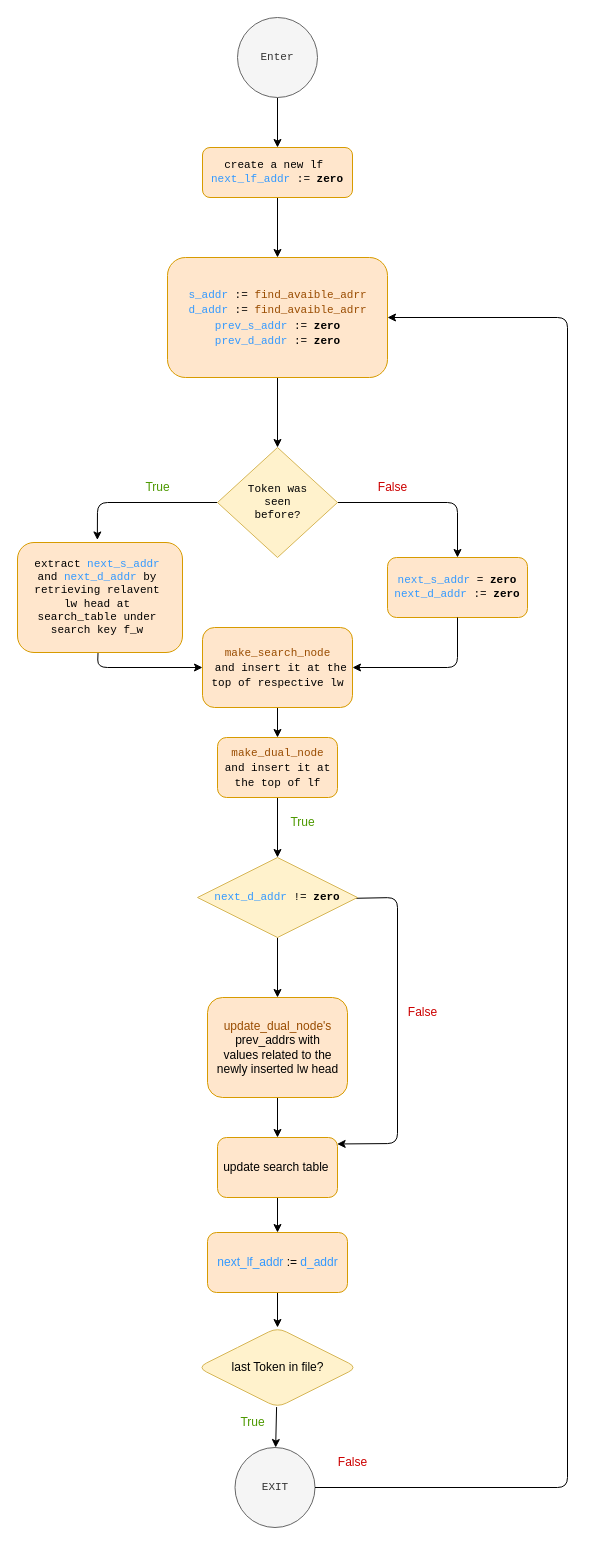
The draw.io diagram page "make_lists_FLOWCHART" (2 of 3) of diagrams/behavioral/client-enc.drawio in thisisel/dynamic-sse, before the edit. Source tidied: cells renumbered, new cells numbered last; positions are measured from the earlier drawing's top-left corner, leaving out a move shared by most shapes. Both pictures are drawn from the tidied source at 100%, with x=0, y=0 at pixel (17, 17).
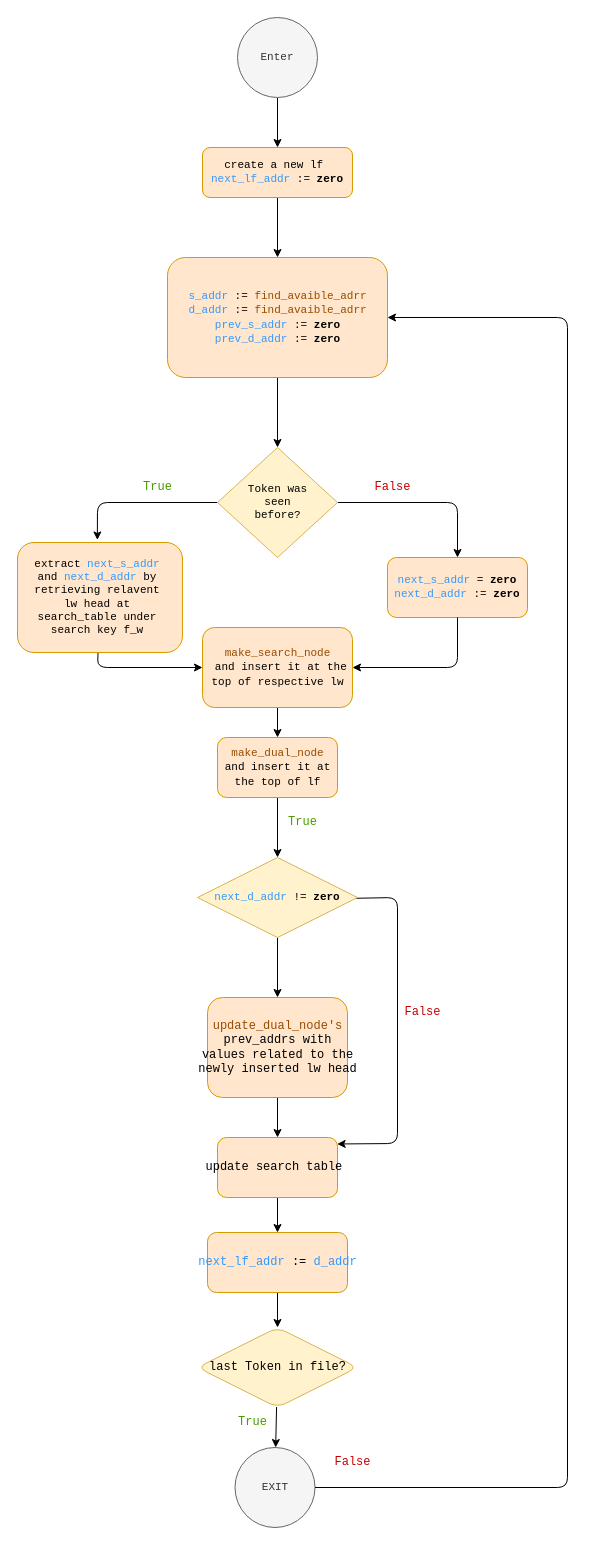
Above is the later version.

Commit message:
:lipstick: changed make_lf_lw flowchart font

Unchanged cells that the change refers to:
```xml
<mxCell id="3" value="Enter" style="ellipse;whiteSpace=wrap;fillColor=#f5f5f5;strokeColor=#666666;fontFamily=Courier New;fontSize=11;fontColor=#333333;" parent="1" vertex="1">
  <mxGeometry x="220" width="80" height="80" as="geometry" />
</mxCell>
<mxCell id="16" style="rhombus;whiteSpace=wrap;fillColor=#fff2cc;strokeColor=#d6b656;fontFamily=Courier New;fontSize=11;" parent="1" vertex="1">
  <mxGeometry x="180" y="840" width="160" height="80" as="geometry" />
</mxCell>
<mxCell id="18" style="rounded=1;whiteSpace=wrap;fillColor=#ffe6cc;strokeColor=#d79b00;fontFamily=Courier New;fontSize=11;" parent="1" vertex="1">
  <mxGeometry x="200" y="1120" width="120" height="60" as="geometry" />
</mxCell>
<mxCell id="24" style="rounded=1;whiteSpace=wrap;html=1;fontFamily=Courier New;fontSize=11;fillColor=#ffe6cc;strokeColor=#d79b00;" parent="1" vertex="1">
  <mxGeometry x="150" y="240" width="220" height="120" as="geometry" />
</mxCell>
<mxCell id="28" value="create a new lf&amp;nbsp;&lt;br&gt;&lt;font color=&quot;#3399ff&quot;&gt;next_lf_addr&lt;/font&gt; := &lt;b&gt;zero&lt;/b&gt;" style="rounded=1;whiteSpace=wrap;html=1;fontFamily=Courier New;fontSize=11;fillColor=#ffe6cc;strokeColor=#d79b00;" parent="1" vertex="1">
  <mxGeometry x="185" y="130" width="150" height="50" as="geometry" />
</mxCell>
<mxCell id="40" style="whiteSpace=wrap;html=1;fontSize=11;fontFamily=Courier New;fillColor=#ffe6cc;strokeColor=#d79b00;rounded=1;" parent="1" vertex="1">
  <mxGeometry x="190" y="1215" width="140" height="60" as="geometry" />
</mxCell>
<mxCell id="43" style="rhombus;whiteSpace=wrap;html=1;fontSize=11;fontFamily=Courier New;fillColor=#fff2cc;strokeColor=#d6b656;rounded=1;" parent="1" vertex="1">
  <mxGeometry x="180" y="1310" width="160" height="80" as="geometry" />
</mxCell>
<mxCell id="45" value="EXIT" style="ellipse;whiteSpace=wrap;html=1;fontSize=11;fontFamily=Courier New;rounded=1;fillColor=#f5f5f5;fontColor=#333333;strokeColor=#666666;" parent="1" vertex="1">
  <mxGeometry x="217.5" y="1430" width="80" height="80" as="geometry" />
</mxCell>
```

Diff of the diagram source:
```diff
@@
-    <mxCell id="2" style="edgeStyle=none;html=1;" parent="1" edge="1" source="3" target="28">
+    <mxCell id="2" style="edgeStyle=none;html=1;fontFamily=Courier New;" parent="1" edge="1" source="3" target="28">
       <mxGeometry relative="1" as="geometry" />
     </mxCell>
@@
-    <mxCell id="15" style="edgeStyle=none;html=1;strokeColor=#000000;fontColor=#000000;exitX=0.979;exitY=0.51;exitDx=0;exitDy=0;exitPerimeter=0;entryX=0.997;entryY=0.108;entryDx=0;entryDy=0;entryPerimeter=0;" parent="1" edge="1" source="16" target="18">
+    <mxCell id="15" style="edgeStyle=none;html=1;strokeColor=#000000;fontColor=#000000;exitX=0.979;exitY=0.51;exitDx=0;exitDy=0;exitPerimeter=0;entryX=0.997;entryY=0.108;entryDx=0;entryDy=0;entryPerimeter=0;fontFamily=Courier New;" parent="1" edge="1" source="16" target="18">
       <mxGeometry relative="1" as="geometry">
         <Array as="points">
           <mxPoint x="380" y="880" />
           <mxPoint x="380" y="1126" />
         </Array>
       </mxGeometry>
     </mxCell>
@@
-    <mxCell id="17" style="edgeStyle=none;html=1;strokeColor=#000000;fontColor=#000000;" parent="1" edge="1" source="18" target="40">
+    <mxCell id="17" style="edgeStyle=none;html=1;strokeColor=#000000;fontColor=#000000;fontFamily=Courier New;" parent="1" edge="1" source="18" target="40">
       <mxGeometry relative="1" as="geometry" />
     </mxCell>
@@
-    <mxCell id="27" style="edgeStyle=none;html=1;" parent="1" edge="1" source="28">
+    <mxCell id="27" style="edgeStyle=none;html=1;fontFamily=Courier New;" parent="1" edge="1" source="28">
       <mxGeometry relative="1" as="geometry">
         <mxPoint x="260" y="240" as="targetPoint" />
         <Array as="points">
           <mxPoint x="260" y="240" />
         </Array>
       </mxGeometry>
     </mxCell>
@@
-    <mxCell id="30" value="&lt;font color=&quot;#4d9900&quot;&gt;True&lt;/font&gt;" style="text;html=1;align=center;verticalAlign=middle;strokeColor=none;fillColor=none;fontColor=#3399FF;" parent="1" vertex="1">
+    <mxCell id="30" value="&lt;font color=&quot;#4d9900&quot;&gt;True&lt;/font&gt;" style="text;html=1;align=center;verticalAlign=middle;strokeColor=none;fillColor=none;fontColor=#3399FF;fontFamily=Courier New;" parent="1" vertex="1">
       <mxGeometry x="115" y="455" width="50" height="30" as="geometry" />
     </mxCell>
-    <mxCell id="31" value="&lt;font color=&quot;#cc0000&quot;&gt;False&lt;/font&gt;" style="text;html=1;align=center;verticalAlign=middle;strokeColor=none;fillColor=none;fontColor=#4D9900;" parent="1" vertex="1">
-      <mxGeometry x="350" y="455" width="50" height="30" as="geometry" />
+    <mxCell id="31" value="&lt;font color=&quot;#cc0000&quot;&gt;False&lt;/font&gt;" style="text;html=1;align=center;verticalAlign=middle;strokeColor=none;fillColor=none;fontColor=#4D9900;fontFamily=Courier New;" parent="1" vertex="1">
+      <mxGeometry x="345" y="455" width="60" height="30" as="geometry" />
     </mxCell>
-    <mxCell id="32" value="&lt;span style=&quot;font-family: &amp;quot;Courier New&amp;quot;; font-size: 11px;&quot;&gt;s_addr&lt;font color=&quot;#000000&quot;&gt; := &lt;/font&gt;&lt;font color=&quot;#994c00&quot;&gt;find_avaible_adrr&lt;/font&gt;&lt;/span&gt;&lt;br style=&quot;border-color: var(--border-color); padding: 0px; margin: 0px; font-family: &amp;quot;Courier New&amp;quot;; font-size: 11px;&quot;&gt;&lt;span style=&quot;font-family: &amp;quot;Courier New&amp;quot;; font-size: 11px;&quot;&gt;d_addr&lt;/span&gt;&lt;span style=&quot;color: rgb(0, 0, 0); font-family: &amp;quot;Courier New&amp;quot;; font-size: 11px;&quot;&gt; := &lt;/span&gt;&lt;span style=&quot;font-family: &amp;quot;Courier New&amp;quot;; font-size: 11px;&quot;&gt;&lt;font color=&quot;#994c00&quot;&gt;find_avaible_adrr&lt;/font&gt;&lt;/span&gt;&lt;br style=&quot;border-color: var(--border-color); padding: 0px; margin: 0px; font-family: &amp;quot;Courier New&amp;quot;; font-size: 11px;&quot;&gt;&lt;span style=&quot;font-family: &amp;quot;Courier New&amp;quot;; font-size: 11px;&quot;&gt;prev_s_addr&lt;/span&gt;&lt;span style=&quot;color: rgb(0, 0, 0); font-family: &amp;quot;Courier New&amp;quot;; font-size: 11px;&quot;&gt; := &lt;b&gt;zero&lt;/b&gt;&lt;/span&gt;&lt;br style=&quot;border-color: var(--border-color); padding: 0px; margin: 0px; font-family: &amp;quot;Courier New&amp;quot;; font-size: 11px;&quot;&gt;&lt;span style=&quot;font-family: &amp;quot;Courier New&amp;quot;; font-size: 11px;&quot;&gt;prev_d_addr&lt;/span&gt;&lt;span style=&quot;color: rgb(0, 0, 0); font-family: &amp;quot;Courier New&amp;quot;; font-size: 11px;&quot;&gt; := &lt;b&gt;zero&lt;/b&gt;&lt;/span&gt;" style="text;html=1;align=center;verticalAlign=middle;strokeColor=none;fillColor=none;fontColor=#3399FF;" parent="1" vertex="1">
+    <mxCell id="32" value="&lt;span style=&quot;font-size: 11px;&quot;&gt;s_addr&lt;font color=&quot;#000000&quot;&gt; := &lt;/font&gt;&lt;font color=&quot;#994c00&quot;&gt;find_avaible_adrr&lt;/font&gt;&lt;/span&gt;&lt;br style=&quot;border-color: var(--border-color); padding: 0px; margin: 0px; font-size: 11px;&quot;&gt;&lt;span style=&quot;font-size: 11px;&quot;&gt;d_addr&lt;/span&gt;&lt;span style=&quot;color: rgb(0, 0, 0); font-size: 11px;&quot;&gt; := &lt;/span&gt;&lt;span style=&quot;font-size: 11px;&quot;&gt;&lt;font color=&quot;#994c00&quot;&gt;find_avaible_adrr&lt;/font&gt;&lt;/span&gt;&lt;br style=&quot;border-color: var(--border-color); padding: 0px; margin: 0px; font-size: 11px;&quot;&gt;&lt;span style=&quot;font-size: 11px;&quot;&gt;prev_s_addr&lt;/span&gt;&lt;span style=&quot;color: rgb(0, 0, 0); font-size: 11px;&quot;&gt; := &lt;b&gt;zero&lt;/b&gt;&lt;/span&gt;&lt;br style=&quot;border-color: var(--border-color); padding: 0px; margin: 0px; font-size: 11px;&quot;&gt;&lt;span style=&quot;font-size: 11px;&quot;&gt;prev_d_addr&lt;/span&gt;&lt;span style=&quot;color: rgb(0, 0, 0); font-size: 11px;&quot;&gt; := &lt;b&gt;zero&lt;/b&gt;&lt;/span&gt;" style="text;html=1;align=center;verticalAlign=middle;strokeColor=none;fillColor=none;fontColor=#3399FF;fontFamily=Courier New;" parent="1" vertex="1">
       <mxGeometry x="160" y="265" width="200" height="70" as="geometry" />
     </mxCell>
-    <mxCell id="33" value="&lt;span style=&quot;font-family: &amp;quot;Courier New&amp;quot;; font-size: 11px;&quot;&gt;&lt;font color=&quot;#994c00&quot;&gt;make_search_node&lt;/font&gt;&lt;br&gt;&lt;font color=&quot;#000000&quot;&gt;&amp;nbsp;and insert it at the &lt;/font&gt;&lt;br&gt;&lt;font color=&quot;#000000&quot;&gt;top of respective lw&lt;/font&gt;&lt;/span&gt;" style="text;html=1;align=center;verticalAlign=middle;strokeColor=none;fillColor=none;fontColor=#666600;" parent="1" vertex="1">
+    <mxCell id="33" value="&lt;span style=&quot;font-size: 11px;&quot;&gt;&lt;font color=&quot;#994c00&quot;&gt;make_search_node&lt;/font&gt;&lt;br&gt;&lt;font color=&quot;#000000&quot;&gt;&amp;nbsp;and insert it at the &lt;/font&gt;&lt;br&gt;&lt;font color=&quot;#000000&quot;&gt;top of respective lw&lt;/font&gt;&lt;/span&gt;" style="text;html=1;align=center;verticalAlign=middle;strokeColor=none;fillColor=none;fontColor=#666600;fontFamily=Courier New;" parent="1" vertex="1">
       <mxGeometry x="180" y="620" width="160" height="60" as="geometry" />
     </mxCell>
-    <mxCell id="34" value="&lt;span style=&quot;font-family: &amp;quot;Courier New&amp;quot;; font-size: 11px;&quot;&gt;make_dual_node &lt;br&gt;&lt;font color=&quot;#000000&quot;&gt;and insert it at &lt;/font&gt;&lt;br&gt;&lt;font color=&quot;#000000&quot;&gt;the top of lf&lt;/font&gt;&lt;/span&gt;" style="text;html=1;align=center;verticalAlign=middle;strokeColor=none;fillColor=none;fontColor=#994C00;" parent="1" vertex="1">
+    <mxCell id="34" value="&lt;span style=&quot;font-size: 11px;&quot;&gt;make_dual_node &lt;br&gt;&lt;font color=&quot;#000000&quot;&gt;and insert it at &lt;/font&gt;&lt;br&gt;&lt;font color=&quot;#000000&quot;&gt;the top of lf&lt;/font&gt;&lt;/span&gt;" style="text;html=1;align=center;verticalAlign=middle;strokeColor=none;fillColor=none;fontColor=#994C00;fontFamily=Courier New;" parent="1" vertex="1">
       <mxGeometry x="195" y="720" width="130" height="60" as="geometry" />
     </mxCell>
-    <mxCell id="35" value="&lt;font color=&quot;#4d9900&quot;&gt;True&lt;/font&gt;" style="text;html=1;align=center;verticalAlign=middle;strokeColor=none;fillColor=none;fontColor=#3399FF;" parent="1" vertex="1">
+    <mxCell id="35" value="&lt;font color=&quot;#4d9900&quot;&gt;True&lt;/font&gt;" style="text;html=1;align=center;verticalAlign=middle;strokeColor=none;fillColor=none;fontColor=#3399FF;fontFamily=Courier New;" parent="1" vertex="1">
       <mxGeometry x="260" y="790" width="50" height="30" as="geometry" />
     </mxCell>
-    <mxCell id="36" value="update_dual_node's&lt;br&gt;&lt;font color=&quot;#000000&quot;&gt;prev_addrs&lt;/font&gt;&amp;nbsp;&lt;font color=&quot;#000000&quot;&gt;with &lt;br&gt;values related to the &lt;br&gt;newly inserted lw head&lt;/font&gt;" style="text;html=1;align=center;verticalAlign=middle;strokeColor=none;fillColor=none;fontColor=#994C00;" parent="1" vertex="1">
-      <mxGeometry x="190" y="995" width="140" height="70" as="geometry" />
+    <mxCell id="36" value="update_dual_node's&lt;br&gt;&lt;font color=&quot;#000000&quot;&gt;prev_addrs&lt;/font&gt;&amp;nbsp;&lt;font color=&quot;#000000&quot;&gt;with &lt;br&gt;values related to the &lt;br&gt;newly inserted lw head&lt;/font&gt;" style="text;html=1;align=center;verticalAlign=middle;strokeColor=none;fillColor=none;fontColor=#994C00;fontFamily=Courier New;" parent="1" vertex="1">
+      <mxGeometry x="170" y="995" width="180" height="70" as="geometry" />
     </mxCell>
-    <mxCell id="37" value="update search table&amp;nbsp;" style="text;html=1;align=center;verticalAlign=middle;strokeColor=none;fillColor=none;fontColor=#000000;" parent="1" vertex="1">
-      <mxGeometry x="195" y="1135" width="130" height="30" as="geometry" />
+    <mxCell id="37" value="update search table&amp;nbsp;" style="text;html=1;align=center;verticalAlign=middle;strokeColor=none;fillColor=none;fontColor=#000000;fontFamily=Courier New;" parent="1" vertex="1">
+      <mxGeometry x="175" y="1135" width="170" height="30" as="geometry" />
     </mxCell>
-    <mxCell id="38" value="&lt;font color=&quot;#cc0000&quot;&gt;False&lt;/font&gt;" style="text;html=1;align=center;verticalAlign=middle;strokeColor=none;fillColor=none;fontColor=#4D9900;" parent="1" vertex="1">
-      <mxGeometry x="380" y="980" width="50" height="30" as="geometry" />
+    <mxCell id="38" value="&lt;font color=&quot;#cc0000&quot;&gt;False&lt;/font&gt;" style="text;html=1;align=center;verticalAlign=middle;strokeColor=none;fillColor=none;fontColor=#4D9900;fontFamily=Courier New;" parent="1" vertex="1">
+      <mxGeometry x="375" y="980" width="60" height="30" as="geometry" />
     </mxCell>
-    <mxCell id="39" style="edgeStyle=none;html=1;strokeColor=#000000;fontColor=#000000;" parent="1" edge="1" source="40" target="43">
+    <mxCell id="39" style="edgeStyle=none;html=1;strokeColor=#000000;fontColor=#000000;fontFamily=Courier New;" parent="1" edge="1" source="40" target="43">
       <mxGeometry relative="1" as="geometry" />
     </mxCell>
@@
-    <mxCell id="41" value="&lt;font color=&quot;#3399ff&quot;&gt;next_lf_addr &lt;/font&gt;:=&lt;font color=&quot;#3399ff&quot;&gt; d_addr&lt;/font&gt;" style="text;html=1;align=center;verticalAlign=middle;strokeColor=none;fillColor=none;fontColor=#000000;" parent="1" vertex="1">
-      <mxGeometry x="190" y="1230" width="140" height="30" as="geometry" />
+    <mxCell id="41" value="&lt;font color=&quot;#3399ff&quot;&gt;next_lf_addr &lt;/font&gt;:=&lt;font color=&quot;#3399ff&quot;&gt; d_addr&lt;/font&gt;" style="text;html=1;align=center;verticalAlign=middle;strokeColor=none;fillColor=none;fontColor=#000000;fontFamily=Courier New;" parent="1" vertex="1">
+      <mxGeometry x="170" y="1230" width="180" height="30" as="geometry" />
     </mxCell>
-    <mxCell id="42" style="edgeStyle=none;html=1;strokeColor=#000000;fontColor=#000000;" parent="1" edge="1" source="43" target="45">
+    <mxCell id="42" style="edgeStyle=none;html=1;strokeColor=#000000;fontColor=#000000;fontFamily=Courier New;" parent="1" edge="1" source="43" target="45">
       <mxGeometry relative="1" as="geometry" />
     </mxCell>
@@
-    <mxCell id="44" value="last Token in file?" style="text;html=1;align=center;verticalAlign=middle;strokeColor=none;fillColor=none;fontColor=#000000;" parent="1" vertex="1">
-      <mxGeometry x="200" y="1335" width="120" height="30" as="geometry" />
+    <mxCell id="44" value="last Token in file?" style="text;html=1;align=center;verticalAlign=middle;strokeColor=none;fillColor=none;fontColor=#000000;fontFamily=Courier New;" parent="1" vertex="1">
+      <mxGeometry x="180" y="1335" width="160" height="30" as="geometry" />
     </mxCell>
@@
-    <mxCell id="46" value="&lt;font color=&quot;#4d9900&quot;&gt;True&lt;/font&gt;" style="text;html=1;align=center;verticalAlign=middle;strokeColor=none;fillColor=none;fontColor=#3399FF;" parent="1" vertex="1">
+    <mxCell id="46" value="&lt;font color=&quot;#4d9900&quot;&gt;True&lt;/font&gt;" style="text;html=1;align=center;verticalAlign=middle;strokeColor=none;fillColor=none;fontColor=#3399FF;fontFamily=Courier New;" parent="1" vertex="1">
       <mxGeometry x="210" y="1390" width="50" height="30" as="geometry" />
     </mxCell>
-    <mxCell id="47" style="edgeStyle=none;jettySize=auto;html=1;strokeColor=#000000;fontColor=#000000;entryX=1;entryY=0.5;entryDx=0;entryDy=0;exitX=1;exitY=0.5;exitDx=0;exitDy=0;" parent="1" edge="1" source="45" target="24">
+    <mxCell id="47" style="edgeStyle=none;jettySize=auto;html=1;strokeColor=#000000;fontColor=#000000;entryX=1;entryY=0.5;entryDx=0;entryDy=0;exitX=1;exitY=0.5;exitDx=0;exitDy=0;fontFamily=Courier New;" parent="1" edge="1" source="45" target="24">
       <mxGeometry relative="1" as="geometry">
         <Array as="points">
           <mxPoint x="550" y="1470" />
           <mxPoint x="550" y="300" />
         </Array>
       </mxGeometry>
     </mxCell>
-    <mxCell id="48" value="&lt;font color=&quot;#cc0000&quot;&gt;False&lt;/font&gt;" style="text;html=1;align=center;verticalAlign=middle;strokeColor=none;fillColor=none;fontColor=#4D9900;" parent="1" vertex="1">
-      <mxGeometry x="310" y="1430" width="50" height="30" as="geometry" />
+    <mxCell id="48" value="&lt;font color=&quot;#cc0000&quot;&gt;False&lt;/font&gt;" style="text;html=1;align=center;verticalAlign=middle;strokeColor=none;fillColor=none;fontColor=#4D9900;fontFamily=Courier New;" parent="1" vertex="1">
+      <mxGeometry x="305" y="1430" width="60" height="30" as="geometry" />
     </mxCell>
```
